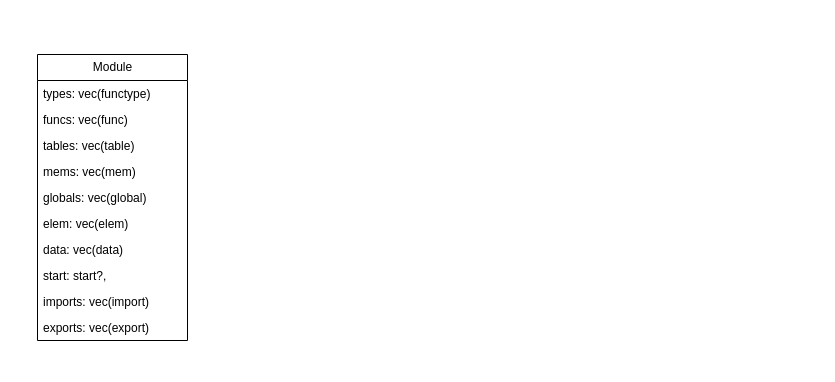
The draw.io diagram docs/graphics.drawio in AFKoffee/wasm-concurrency-analysis, before the edit. Source tidied: cells renumbered, new cells numbered last; positions are measured from the earlier drawing's top-left corner, leaving out a move shared by most shapes. Both pictures are drawn from the tidied source at 100%, with x=0, y=0 at pixel (37, 54).
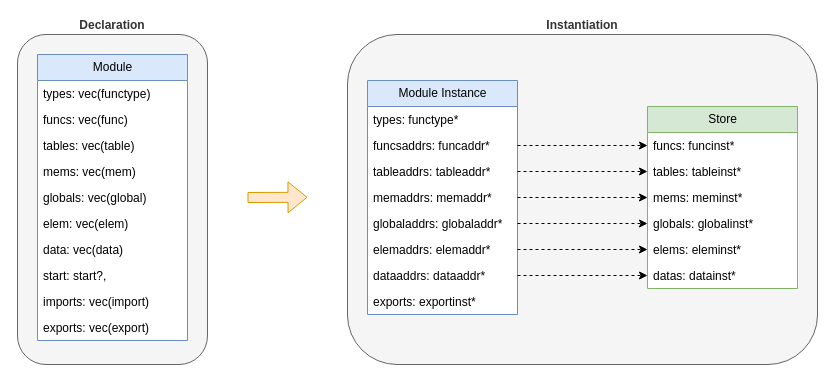
The same page after the edit.

Commit message (it also covers changes not shown here):
add module instance picture to overview

The edit, as a diff of the source:
```diff
@@
+    <mxCell id="13" value="Instantiation" style="rounded=1;whiteSpace=wrap;html=1;fillColor=#f5f5f5;fontColor=#333333;strokeColor=#666666;fontStyle=1;verticalAlign=bottom;labelPosition=center;verticalLabelPosition=top;align=center;" parent="1" vertex="1">
+      <mxGeometry x="310" y="-20" width="470" height="330" as="geometry" />
+    </mxCell>
+    <mxCell id="14" value="Declaration" style="rounded=1;whiteSpace=wrap;html=1;fillColor=#f5f5f5;fontColor=#333333;strokeColor=#666666;verticalAlign=bottom;labelPosition=center;verticalLabelPosition=top;align=center;fontStyle=1;" parent="1" vertex="1">
+      <mxGeometry x="-20" y="-20" width="190" height="330" as="geometry" />
+    </mxCell>
-    <mxCell id="2" value="Module" style="swimlane;fontStyle=0;horizontal=1;startSize=26;fillColor=none;html=1;" parent="1" vertex="1">
+    <mxCell id="2" value="Module" style="swimlane;fontStyle=0;horizontal=1;startSize=26;html=1;fillColor=#dae8fc;strokeColor=#6c8ebf;swimlaneFillColor=default;" parent="1" vertex="1">
       <mxGeometry width="150" height="286" as="geometry" />
     </mxCell>
@@
+    <mxCell id="15" value="Module Instance" style="swimlane;fontStyle=0;horizontal=1;startSize=26;fillColor=#dae8fc;html=1;strokeColor=#6c8ebf;swimlaneFillColor=default;" parent="1" vertex="1">
+      <mxGeometry x="330" y="26" width="150" height="234" as="geometry" />
+    </mxCell>
+    <mxCell id="16" value="types: functype*" style="text;strokeColor=none;fillColor=none;align=left;verticalAlign=top;spacingLeft=4;spacingRight=4;overflow=hidden;whiteSpace=wrap;html=1;" parent="15" vertex="1">
+      <mxGeometry y="26" width="150" height="26" as="geometry" />
+    </mxCell>
+    <mxCell id="17" value="funcsaddrs: funcaddr*" style="text;strokeColor=none;fillColor=none;align=left;verticalAlign=top;spacingLeft=4;spacingRight=4;overflow=hidden;points=[[0,0.5],[1,0.5]];portConstraint=eastwest;whiteSpace=wrap;html=1;" parent="15" vertex="1">
+      <mxGeometry y="52" width="150" height="26" as="geometry" />
+    </mxCell>
+    <mxCell id="18" value="tableaddrs: tableaddr*" style="text;strokeColor=none;fillColor=none;align=left;verticalAlign=top;spacingLeft=4;spacingRight=4;overflow=hidden;points=[[0,0.5],[1,0.5]];portConstraint=eastwest;whiteSpace=wrap;html=1;" parent="15" vertex="1">
+      <mxGeometry y="78" width="150" height="26" as="geometry" />
+    </mxCell>
+    <mxCell id="19" value="memaddrs: memaddr*" style="text;strokeColor=none;fillColor=none;align=left;verticalAlign=top;spacingLeft=4;spacingRight=4;overflow=hidden;points=[[0,0.5],[1,0.5]];portConstraint=eastwest;whiteSpace=wrap;html=1;" parent="15" vertex="1">
+      <mxGeometry y="104" width="150" height="26" as="geometry" />
+    </mxCell>
+    <mxCell id="20" value="globaladdrs: globaladdr*" style="text;strokeColor=none;fillColor=none;align=left;verticalAlign=top;spacingLeft=4;spacingRight=4;overflow=hidden;points=[[0,0.5],[1,0.5]];portConstraint=eastwest;whiteSpace=wrap;html=1;" parent="15" vertex="1">
+      <mxGeometry y="130" width="150" height="26" as="geometry" />
+    </mxCell>
+    <mxCell id="21" value="elemaddrs: elemaddr*" style="text;strokeColor=none;fillColor=none;align=left;verticalAlign=top;spacingLeft=4;spacingRight=4;overflow=hidden;points=[[0,0.5],[1,0.5]];portConstraint=eastwest;whiteSpace=wrap;html=1;" parent="15" vertex="1">
+      <mxGeometry y="156" width="150" height="26" as="geometry" />
+    </mxCell>
+    <mxCell id="22" value="dataaddrs: dataaddr*" style="text;strokeColor=none;fillColor=none;align=left;verticalAlign=top;spacingLeft=4;spacingRight=4;overflow=hidden;points=[[0,0.5],[1,0.5]];portConstraint=eastwest;whiteSpace=wrap;html=1;" parent="15" vertex="1">
+      <mxGeometry y="182" width="150" height="26" as="geometry" />
+    </mxCell>
+    <mxCell id="23" value="exports: exportinst*" style="text;strokeColor=none;fillColor=none;align=left;verticalAlign=top;spacingLeft=4;spacingRight=4;overflow=hidden;whiteSpace=wrap;html=1;" parent="15" vertex="1">
+      <mxGeometry y="208" width="150" height="26" as="geometry" />
+    </mxCell>
+    <mxCell id="24" value="Store" style="swimlane;fontStyle=0;horizontal=1;startSize=26;fillColor=#d5e8d4;html=1;strokeColor=#82b366;swimlaneFillColor=default;" parent="1" vertex="1">
+      <mxGeometry x="610" y="52" width="150" height="182" as="geometry" />
+    </mxCell>
+    <mxCell id="25" value="funcs: funcinst*" style="text;strokeColor=none;fillColor=none;align=left;verticalAlign=top;spacingLeft=4;spacingRight=4;overflow=hidden;points=[[0,0.5],[1,0.5]];portConstraint=eastwest;whiteSpace=wrap;html=1;" parent="24" vertex="1">
+      <mxGeometry y="26" width="150" height="26" as="geometry" />
+    </mxCell>
+    <mxCell id="26" value="tables: tableinst*" style="text;strokeColor=none;fillColor=none;align=left;verticalAlign=top;spacingLeft=4;spacingRight=4;overflow=hidden;points=[[0,0.5],[1,0.5]];portConstraint=eastwest;whiteSpace=wrap;html=1;" parent="24" vertex="1">
+      <mxGeometry y="52" width="150" height="26" as="geometry" />
+    </mxCell>
+    <mxCell id="27" value="mems: meminst*" style="text;strokeColor=none;fillColor=none;align=left;verticalAlign=top;spacingLeft=4;spacingRight=4;overflow=hidden;points=[[0,0.5],[1,0.5]];portConstraint=eastwest;whiteSpace=wrap;html=1;" parent="24" vertex="1">
+      <mxGeometry y="78" width="150" height="26" as="geometry" />
+    </mxCell>
+    <mxCell id="28" value="globals: globalinst*" style="text;strokeColor=none;fillColor=none;align=left;verticalAlign=top;spacingLeft=4;spacingRight=4;overflow=hidden;points=[[0,0.5],[1,0.5]];portConstraint=eastwest;whiteSpace=wrap;html=1;" parent="24" vertex="1">
+      <mxGeometry y="104" width="150" height="26" as="geometry" />
+    </mxCell>
+    <mxCell id="29" value="elems: eleminst*" style="text;strokeColor=none;fillColor=none;align=left;verticalAlign=top;spacingLeft=4;spacingRight=4;overflow=hidden;points=[[0,0.5],[1,0.5]];portConstraint=eastwest;whiteSpace=wrap;html=1;" parent="24" vertex="1">
+      <mxGeometry y="130" width="150" height="26" as="geometry" />
+    </mxCell>
+    <mxCell id="30" value="datas: datainst*" style="text;strokeColor=none;fillColor=none;align=left;verticalAlign=top;spacingLeft=4;spacingRight=4;overflow=hidden;points=[[0,0.5],[1,0.5]];portConstraint=eastwest;whiteSpace=wrap;html=1;" parent="24" vertex="1">
+      <mxGeometry y="156" width="150" height="26" as="geometry" />
+    </mxCell>
+    <mxCell id="31" style="edgeStyle=orthogonalEdgeStyle;rounded=0;jettySize=auto;html=1;exitX=1;exitY=0.5;exitDx=0;exitDy=0;entryX=0;entryY=0.5;entryDx=0;entryDy=0;dashed=1;" parent="1" edge="1" source="17" target="25">
+      <mxGeometry relative="1" as="geometry" />
+    </mxCell>
+    <mxCell id="32" style="edgeStyle=orthogonalEdgeStyle;rounded=0;jettySize=auto;html=1;exitX=1;exitY=0.5;exitDx=0;exitDy=0;entryX=0;entryY=0.5;entryDx=0;entryDy=0;dashed=1;" parent="1" edge="1" source="18" target="26">
+      <mxGeometry relative="1" as="geometry" />
+    </mxCell>
+    <mxCell id="33" style="edgeStyle=orthogonalEdgeStyle;rounded=0;jettySize=auto;html=1;exitX=1;exitY=0.5;exitDx=0;exitDy=0;entryX=0;entryY=0.5;entryDx=0;entryDy=0;dashed=1;" parent="1" edge="1" source="19" target="27">
+      <mxGeometry relative="1" as="geometry" />
+    </mxCell>
+    <mxCell id="34" style="edgeStyle=orthogonalEdgeStyle;rounded=0;jettySize=auto;html=1;exitX=1;exitY=0.5;exitDx=0;exitDy=0;entryX=0;entryY=0.5;entryDx=0;entryDy=0;dashed=1;" parent="1" edge="1" source="20" target="28">
+      <mxGeometry relative="1" as="geometry" />
+    </mxCell>
+    <mxCell id="35" style="edgeStyle=orthogonalEdgeStyle;rounded=0;jettySize=auto;html=1;exitX=1;exitY=0.5;exitDx=0;exitDy=0;entryX=0;entryY=0.5;entryDx=0;entryDy=0;dashed=1;" parent="1" edge="1" source="21" target="29">
+      <mxGeometry relative="1" as="geometry" />
+    </mxCell>
+    <mxCell id="36" style="edgeStyle=orthogonalEdgeStyle;rounded=0;jettySize=auto;html=1;exitX=1;exitY=0.5;exitDx=0;exitDy=0;entryX=0;entryY=0.5;entryDx=0;entryDy=0;dashed=1;" parent="1" edge="1" source="22" target="30">
+      <mxGeometry relative="1" as="geometry" />
+    </mxCell>
+    <mxCell id="37" style="shape=flexArrow;endArrow=classic;html=1;rounded=0;fillColor=#ffe6cc;strokeColor=#d79b00;" parent="1" edge="1">
+      <mxGeometry relative="1" as="geometry">
+        <mxPoint x="210" y="143" as="sourcePoint" />
+        <mxPoint x="270" y="142.8" as="targetPoint" />
+      </mxGeometry>
+    </mxCell>
```
